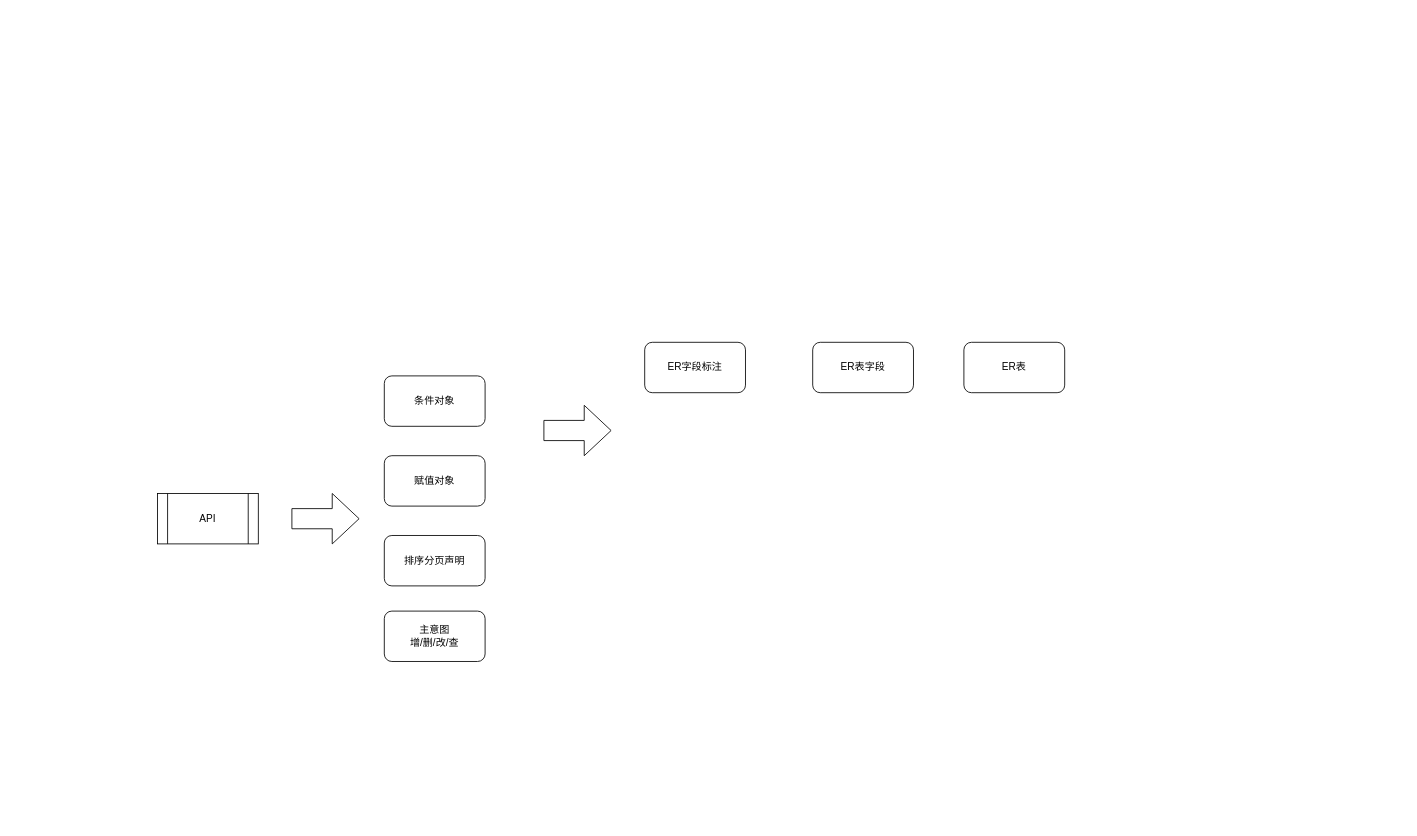
This is SQL生成.drawio from tenyks/activiti-demo, a draw.io file, before an edit. Source tidied: cells renumbered, new cells numbered last; positions are measured from the earlier drawing's top-left corner, leaving out a move shared by most shapes. Both pictures are drawn from the tidied source at 84%, with x=0, y=0 at pixel (157, 342).
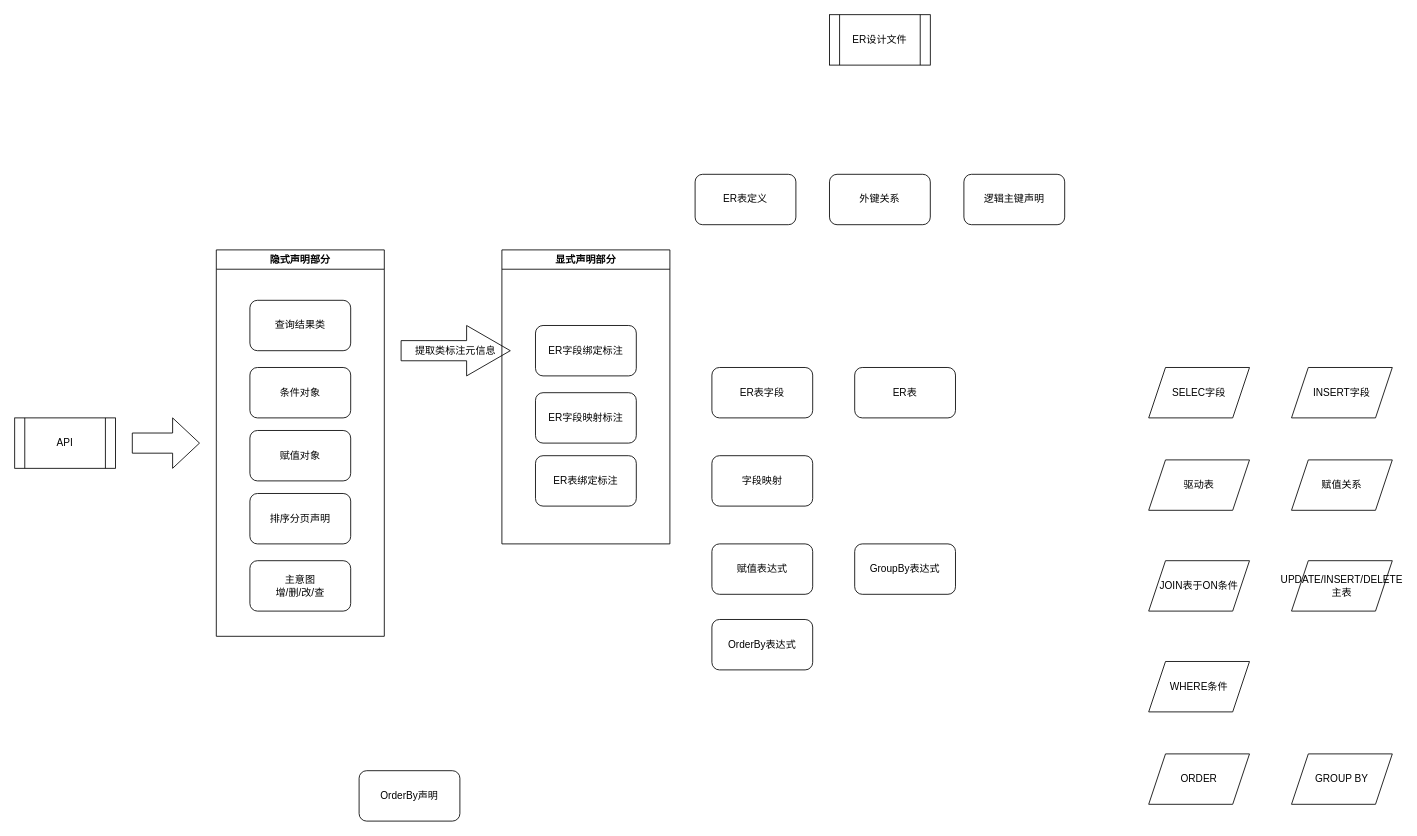
After the change.

What changed in the source:
```diff
@@
     <mxCell id="2" value="条件对象" style="rounded=1;whiteSpace=wrap;html=1;" parent="1" vertex="1">
-      <mxGeometry x="270" y="40" width="120" height="60" as="geometry" />
+      <mxGeometry x="110" y="30" width="120" height="60" as="geometry" />
     </mxCell>
     <mxCell id="3" value="ER表字段" style="rounded=1;whiteSpace=wrap;html=1;" parent="1" vertex="1">
-      <mxGeometry x="780" width="120" height="60" as="geometry" />
+      <mxGeometry x="660" y="30" width="120" height="60" as="geometry" />
     </mxCell>
     <mxCell id="4" value="ER表" style="rounded=1;whiteSpace=wrap;html=1;" parent="1" vertex="1">
-      <mxGeometry x="960" width="120" height="60" as="geometry" />
+      <mxGeometry x="830" y="30" width="120" height="60" as="geometry" />
     </mxCell>
     <mxCell id="5" value="赋值对象" style="rounded=1;whiteSpace=wrap;html=1;" parent="1" vertex="1">
-      <mxGeometry x="270" y="135" width="120" height="60" as="geometry" />
+      <mxGeometry x="110" y="105" width="120" height="60" as="geometry" />
     </mxCell>
     <mxCell id="6" value="排序分页声明" style="rounded=1;whiteSpace=wrap;html=1;" parent="1" vertex="1">
-      <mxGeometry x="270" y="230" width="120" height="60" as="geometry" />
+      <mxGeometry x="110" y="180" width="120" height="60" as="geometry" />
     </mxCell>
     <mxCell id="7" value="主意图&lt;br&gt;增/删/改/查" style="rounded=1;whiteSpace=wrap;html=1;" parent="1" vertex="1">
-      <mxGeometry x="270" y="320" width="120" height="60" as="geometry" />
+      <mxGeometry x="110" y="260" width="120" height="60" as="geometry" />
     </mxCell>
     <mxCell id="8" value="API" style="shape=process;whiteSpace=wrap;html=1;backgroundOutline=1;" parent="1" vertex="1">
-      <mxGeometry y="180" width="120" height="60" as="geometry" />
+      <mxGeometry x="-170" y="90" width="120" height="60" as="geometry" />
     </mxCell>
     <mxCell id="9" style="shape=singleArrow;whiteSpace=wrap;html=1;arrowWidth=0.4;arrowSize=0.4;" parent="1" vertex="1">
-      <mxGeometry x="160" y="180" width="80" height="60" as="geometry" />
+      <mxGeometry x="-30" y="90" width="80" height="60" as="geometry" />
     </mxCell>
-    <mxCell id="10" style="shape=singleArrow;whiteSpace=wrap;html=1;arrowWidth=0.4;arrowSize=0.4;" parent="1" vertex="1">
-      <mxGeometry x="460" y="75" width="80" height="60" as="geometry" />
+    <mxCell id="10" value="提取类标注元信息" style="shape=singleArrow;whiteSpace=wrap;html=1;arrowWidth=0.4;arrowSize=0.4;" parent="1" vertex="1">
+      <mxGeometry x="290" y="-20" width="130" height="60" as="geometry" />
     </mxCell>
-    <mxCell id="11" value="ER字段标注" style="rounded=1;whiteSpace=wrap;html=1;" parent="1" vertex="1">
-      <mxGeometry x="580" width="120" height="60" as="geometry" />
+    <mxCell id="11" value="ER字段绑定标注" style="rounded=1;whiteSpace=wrap;html=1;" parent="1" vertex="1">
+      <mxGeometry x="450" y="-20" width="120" height="60" as="geometry" />
     </mxCell>
+    <mxCell id="12" value="ER设计文件" style="shape=process;whiteSpace=wrap;html=1;backgroundOutline=1;" parent="1" vertex="1">
+      <mxGeometry x="800" y="-390" width="120" height="60" as="geometry" />
+    </mxCell>
+    <mxCell id="13" value="ER表定义" style="rounded=1;whiteSpace=wrap;html=1;" parent="1" vertex="1">
+      <mxGeometry x="640" y="-200" width="120" height="60" as="geometry" />
+    </mxCell>
+    <mxCell id="14" value="外键关系" style="rounded=1;whiteSpace=wrap;html=1;" parent="1" vertex="1">
+      <mxGeometry x="800" y="-200" width="120" height="60" as="geometry" />
+    </mxCell>
+    <mxCell id="15" value="逻辑主键声明" style="rounded=1;whiteSpace=wrap;html=1;" parent="1" vertex="1">
+      <mxGeometry x="960" y="-200" width="120" height="60" as="geometry" />
+    </mxCell>
+    <mxCell id="16" value="SELEC字段" style="shape=parallelogram;perimeter=parallelogramPerimeter;whiteSpace=wrap;html=1;fixedSize=1;" parent="1" vertex="1">
+      <mxGeometry x="1180" y="30" width="120" height="60" as="geometry" />
+    </mxCell>
+    <mxCell id="17" value="查询结果类" style="rounded=1;whiteSpace=wrap;html=1;" parent="1" vertex="1">
+      <mxGeometry x="110" y="-50" width="120" height="60" as="geometry" />
+    </mxCell>
+    <mxCell id="18" value="驱动表" style="shape=parallelogram;perimeter=parallelogramPerimeter;whiteSpace=wrap;html=1;fixedSize=1;" parent="1" vertex="1">
+      <mxGeometry x="1180" y="140" width="120" height="60" as="geometry" />
+    </mxCell>
+    <mxCell id="19" value="JOIN表于ON条件" style="shape=parallelogram;perimeter=parallelogramPerimeter;whiteSpace=wrap;html=1;fixedSize=1;" parent="1" vertex="1">
+      <mxGeometry x="1180" y="260" width="120" height="60" as="geometry" />
+    </mxCell>
+    <mxCell id="20" value="WHERE条件" style="shape=parallelogram;perimeter=parallelogramPerimeter;whiteSpace=wrap;html=1;fixedSize=1;" parent="1" vertex="1">
+      <mxGeometry x="1180" y="380" width="120" height="60" as="geometry" />
+    </mxCell>
+    <mxCell id="21" value="INSERT字段" style="shape=parallelogram;perimeter=parallelogramPerimeter;whiteSpace=wrap;html=1;fixedSize=1;" parent="1" vertex="1">
+      <mxGeometry x="1350" y="30" width="120" height="60" as="geometry" />
+    </mxCell>
+    <mxCell id="22" value="UPDATE/INSERT/DELETE主表" style="shape=parallelogram;perimeter=parallelogramPerimeter;whiteSpace=wrap;html=1;fixedSize=1;" parent="1" vertex="1">
+      <mxGeometry x="1350" y="260" width="120" height="60" as="geometry" />
+    </mxCell>
+    <mxCell id="23" value="ORDER" style="shape=parallelogram;perimeter=parallelogramPerimeter;whiteSpace=wrap;html=1;fixedSize=1;" parent="1" vertex="1">
+      <mxGeometry x="1180" y="490" width="120" height="60" as="geometry" />
+    </mxCell>
+    <mxCell id="24" value="GROUP BY" style="shape=parallelogram;perimeter=parallelogramPerimeter;whiteSpace=wrap;html=1;fixedSize=1;" parent="1" vertex="1">
+      <mxGeometry x="1350" y="490" width="120" height="60" as="geometry" />
+    </mxCell>
+    <mxCell id="25" value="赋值关系" style="shape=parallelogram;perimeter=parallelogramPerimeter;whiteSpace=wrap;html=1;fixedSize=1;" parent="1" vertex="1">
+      <mxGeometry x="1350" y="140" width="120" height="60" as="geometry" />
+    </mxCell>
+    <mxCell id="26" value="字段映射" style="rounded=1;whiteSpace=wrap;html=1;" parent="1" vertex="1">
+      <mxGeometry x="660" y="135" width="120" height="60" as="geometry" />
+    </mxCell>
+    <mxCell id="27" value="OrderBy声明" style="rounded=1;whiteSpace=wrap;html=1;" parent="1" vertex="1">
+      <mxGeometry x="240" y="510" width="120" height="60" as="geometry" />
+    </mxCell>
+    <mxCell id="28" value="OrderBy表达式" style="rounded=1;whiteSpace=wrap;html=1;" parent="1" vertex="1">
+      <mxGeometry x="660" y="330" width="120" height="60" as="geometry" />
+    </mxCell>
+    <mxCell id="29" value="GroupBy表达式" style="rounded=1;whiteSpace=wrap;html=1;" parent="1" vertex="1">
+      <mxGeometry x="830" y="240" width="120" height="60" as="geometry" />
+    </mxCell>
+    <mxCell id="30" value="赋值表达式" style="rounded=1;whiteSpace=wrap;html=1;" parent="1" vertex="1">
+      <mxGeometry x="660" y="240" width="120" height="60" as="geometry" />
+    </mxCell>
+    <mxCell id="31" value="隐式声明部分" style="swimlane;" parent="1" vertex="1">
+      <mxGeometry x="70" y="-110" width="200" height="460" as="geometry" />
+    </mxCell>
+    <mxCell id="32" value="显式声明部分" style="swimlane;" parent="1" vertex="1">
+      <mxGeometry x="410" y="-110" width="200" height="350" as="geometry" />
+    </mxCell>
+    <mxCell id="33" value="ER表绑定标注" style="rounded=1;whiteSpace=wrap;html=1;" parent="32" vertex="1">
+      <mxGeometry x="40" y="245" width="120" height="60" as="geometry" />
+    </mxCell>
+    <mxCell id="34" value="ER字段映射标注" style="rounded=1;whiteSpace=wrap;html=1;" parent="32" vertex="1">
+      <mxGeometry x="40" y="170" width="120" height="60" as="geometry" />
+    </mxCell>
```
